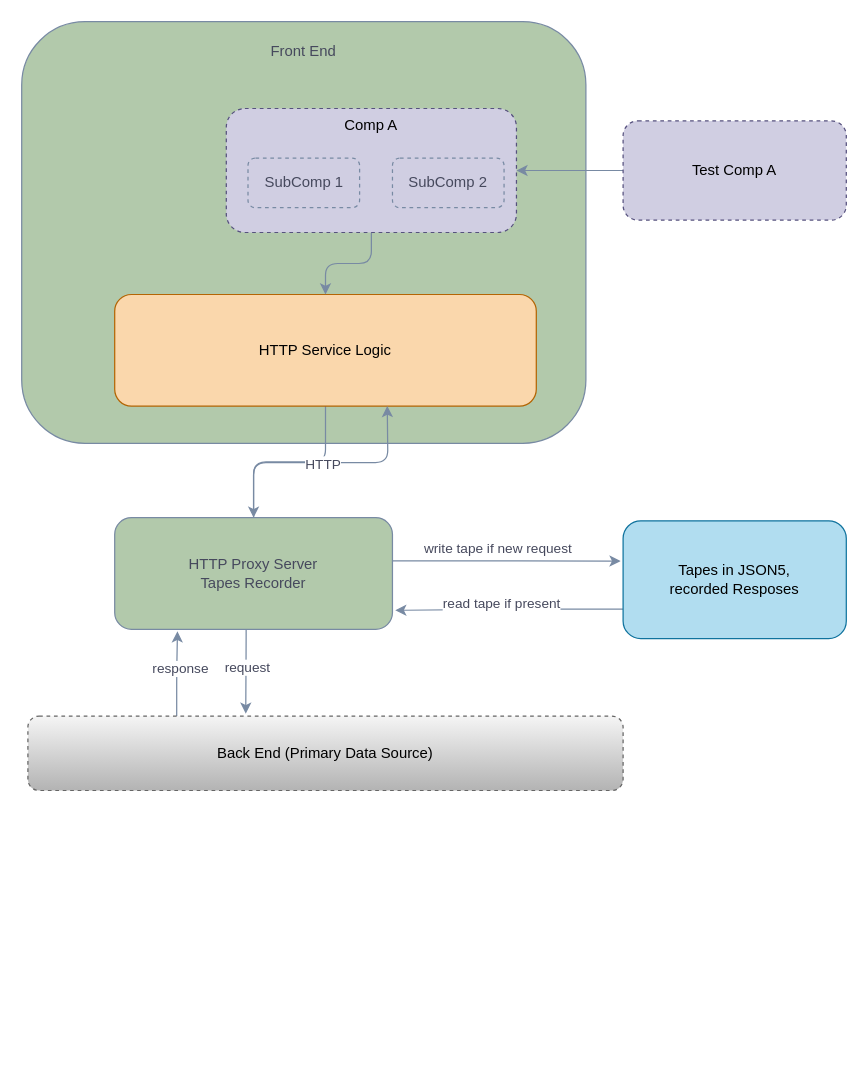
The draw.io diagram drawio/FETapesArchitecture.drawio in denislutz/diagramms, before the edit. Source tidied: cells renumbered, new cells numbered last; positions are measured from the earlier drawing's top-left corner, leaving out a move shared by most shapes. Both pictures are drawn from the tidied source at 124%, with x=0, y=0 at pixel (21, 21).
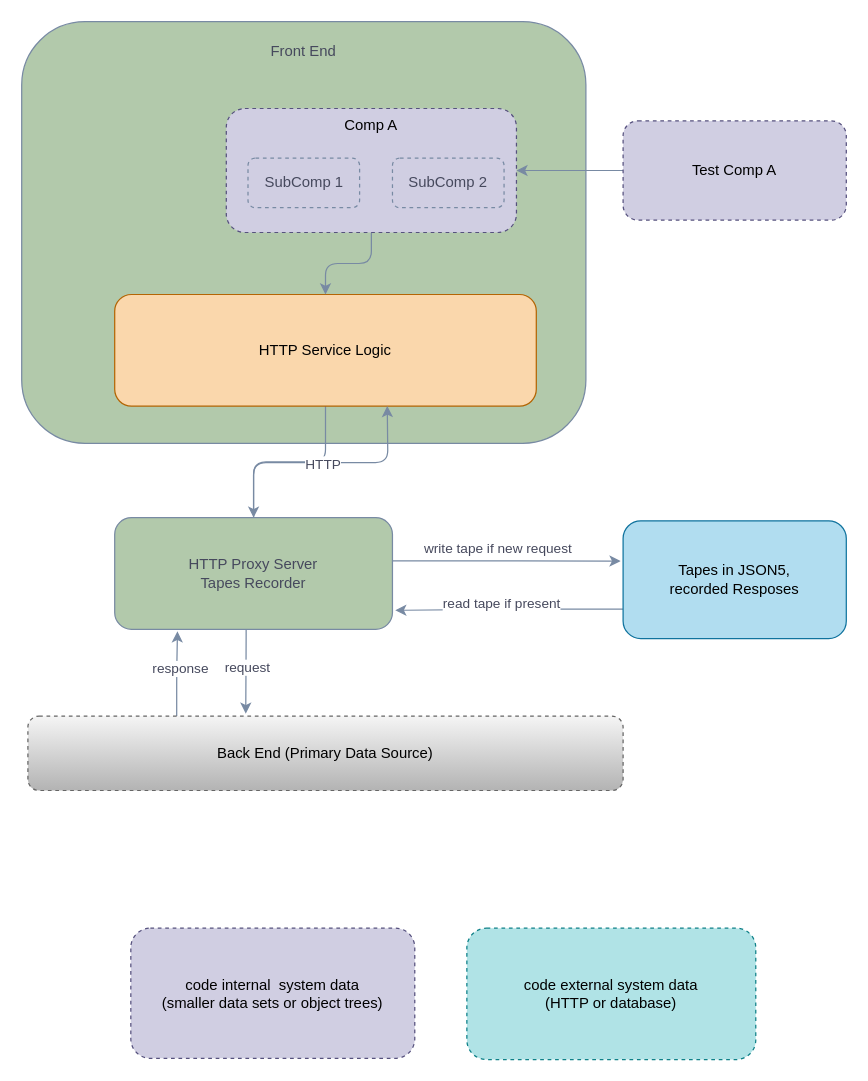
The same page after the edit.

Diff of the diagram source:
```diff
@@
+    <mxCell id="24" value="&lt;div&gt;code external system data&lt;br&gt;&lt;/div&gt;&lt;div&gt;(HTTP or database)&lt;br&gt;&lt;/div&gt;" style="rounded=1;whiteSpace=wrap;html=1;dashed=1;sketch=0;strokeColor=#0e8088;fillColor=#b0e3e6;align=center;" parent="1" vertex="1">
+      <mxGeometry x="359" y="731" width="233" height="106" as="geometry" />
+    </mxCell>
+    <mxCell id="25" value="&lt;div&gt;code internal&amp;nbsp; system data&lt;br&gt;&lt;/div&gt;&lt;div&gt;(smaller data sets or object trees)&lt;br&gt;&lt;/div&gt;" style="rounded=1;whiteSpace=wrap;html=1;dashed=1;sketch=0;strokeColor=#56517e;fillColor=#d0cee2;align=center;" parent="1" vertex="1">
+      <mxGeometry x="88" y="731" width="229" height="105" as="geometry" />
+    </mxCell>
```
